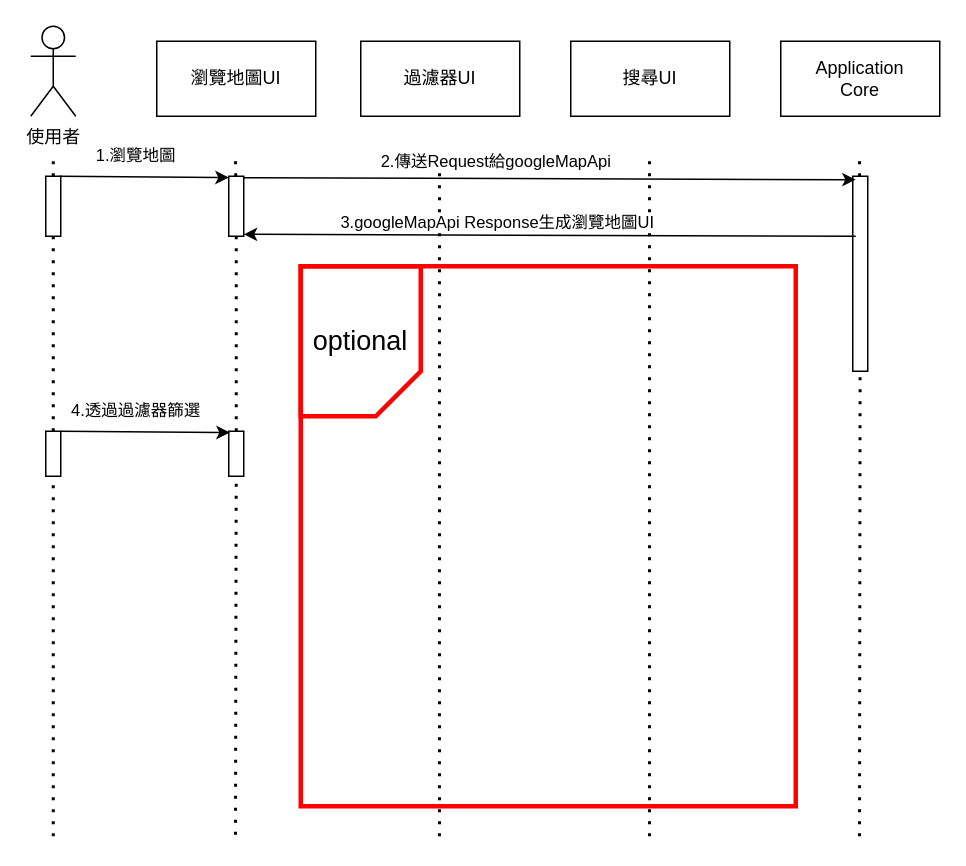
Before: UI圖.drawio in sanchongdragon/DrawIOTest, a draw.io diagram. Source tidied: cells renumbered, new cells numbered last; positions are measured from the earlier drawing's top-left corner, leaving out a move shared by most shapes. Both pictures are drawn from the tidied source at 150%, with x=0, y=0 at pixel (30, 26).
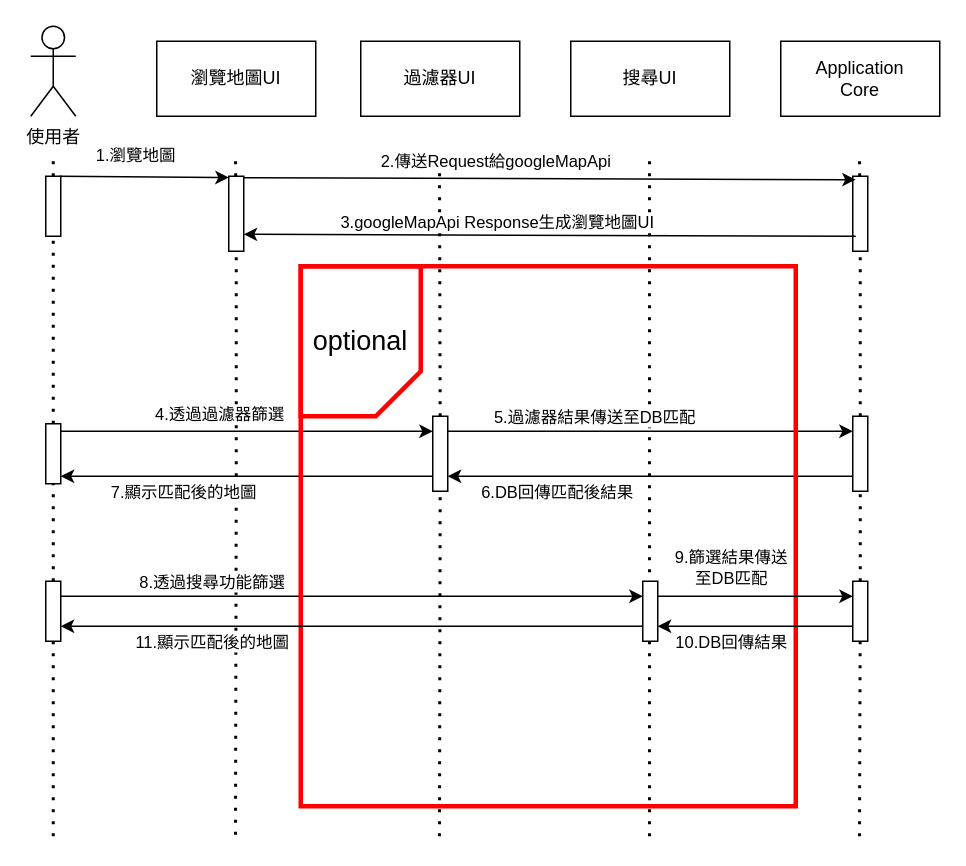
After the change.

Diff of the diagram source:
```diff
@@
-    <mxCell id="2" style="verticalLabelPosition=bottom;verticalAlign=top;html=1;shape=mxgraph.basic.rect;fillColor2=none;strokeWidth=1;size=20;indent=5;" parent="1" vertex="1">
-      <mxGeometry x="132" y="270" width="10" height="30" as="geometry" />
-    </mxCell>
@@
-    <mxCell id="10" style="endArrow=none;dashed=1;html=1;dashPattern=1 3;strokeWidth=2;" parent="1" edge="1">
+    <mxCell id="10" style="endArrow=none;dashed=1;html=1;dashPattern=1 3;strokeWidth=2;" parent="1" edge="1" source="36">
       <mxGeometry relative="1" as="geometry">
-        <mxPoint x="272.5" y="540" as="sourcePoint" />
         <mxPoint x="272.5" y="90" as="targetPoint" />
       </mxGeometry>
     </mxCell>
@@
     <mxCell id="15" style="verticalLabelPosition=bottom;verticalAlign=top;html=1;shape=mxgraph.basic.rect;fillColor2=none;strokeWidth=1;size=20;indent=5;" parent="1" vertex="1">
-      <mxGeometry x="132" y="100" width="10" height="40" as="geometry" />
+      <mxGeometry x="132" y="100" width="10" height="50" as="geometry" />
     </mxCell>
-    <mxCell id="16" style="endArrow=none;dashed=1;html=1;dashPattern=1 3;strokeWidth=2;" parent="1" edge="1" source="2" target="15">
-      <mxGeometry relative="1" as="geometry" />
+    <mxCell id="16" style="endArrow=none;dashed=1;html=1;dashPattern=1 3;strokeWidth=2;" parent="1" edge="1" target="15">
+      <mxGeometry relative="1" as="geometry">
+        <mxPoint x="137" y="300" as="sourcePoint" />
+      </mxGeometry>
     </mxCell>
@@
     <mxCell id="19" style="verticalLabelPosition=bottom;verticalAlign=top;html=1;shape=mxgraph.basic.rect;fillColor2=none;strokeWidth=1;size=20;indent=5;" parent="1" vertex="1">
-      <mxGeometry x="548" y="100" width="10" height="130" as="geometry" />
+      <mxGeometry x="548" y="100" width="10" height="50" as="geometry" />
     </mxCell>
-    <mxCell id="20" style="endArrow=none;dashed=1;html=1;dashPattern=1 3;strokeWidth=2;" parent="1" edge="1" target="19">
-      <mxGeometry relative="1" as="geometry">
-        <mxPoint x="552.5" y="540" as="sourcePoint" />
-      </mxGeometry>
+    <mxCell id="20" style="endArrow=none;dashed=1;html=1;dashPattern=1 3;strokeWidth=2;" parent="1" edge="1" source="40" target="19">
+      <mxGeometry relative="1" as="geometry" />
     </mxCell>
@@
-    <mxCell id="25" style="rounded=0;whiteSpace=wrap;html=1;fillColor=none;strokeWidth=3;strokeColor=#FF0000;" parent="1" vertex="1">
-      <mxGeometry x="180" y="160" width="330" height="360" as="geometry" />
-    </mxCell>
-    <mxCell id="26" value="&lt;font style=&quot;font-size: 18px&quot;&gt;optional&lt;/font&gt;" style="shape=card;whiteSpace=wrap;html=1;strokeColor=#FF0000;strokeWidth=3;fillColor=none;direction=west;" parent="1" vertex="1">
-      <mxGeometry x="180" y="160" width="80" height="100" as="geometry" />
-    </mxCell>
     <mxCell id="27" style="verticalLabelPosition=bottom;verticalAlign=top;html=1;shape=mxgraph.basic.rect;fillColor2=none;strokeWidth=1;size=20;indent=5;" parent="1" vertex="1">
-      <mxGeometry x="10" y="270" width="10" height="30" as="geometry" />
+      <mxGeometry x="10" y="265" width="10" height="40" as="geometry" />
     </mxCell>
-    <mxCell id="28" style="endArrow=none;dashed=1;html=1;dashPattern=1 3;strokeWidth=2;" parent="1" edge="1" target="27">
-      <mxGeometry relative="1" as="geometry">
-        <mxPoint x="15" y="540" as="sourcePoint" />
-      </mxGeometry>
+    <mxCell id="28" style="endArrow=none;dashed=1;html=1;dashPattern=1 3;strokeWidth=2;" parent="1" edge="1" source="44" target="27">
+      <mxGeometry relative="1" as="geometry" />
     </mxCell>
     <mxCell id="29" style="endArrow=classic;html=1;entryX=0;entryY=0.047;entryDx=0;entryDy=0;entryPerimeter=0;exitX=0.933;exitY=0.025;exitDx=0;exitDy=0;exitPerimeter=0;" parent="1" edge="1">
       <mxGeometry relative="1" as="geometry">
         <mxPoint x="20" y="270" as="sourcePoint" />
-        <mxPoint x="132.7" y="270.9" as="targetPoint" />
+        <mxPoint x="268" y="270" as="targetPoint" />
       </mxGeometry>
     </mxCell>
     <mxCell id="30" value="4.透過過濾器篩選" style="edgeLabel;html=1;align=center;verticalAlign=middle;" parent="29" vertex="1">
       <mxGeometry x="0.35" y="1" relative="1" as="geometry">
-        <mxPoint x="-26.3" y="-14.2" as="offset" />
+        <mxPoint x="-61.3" y="-10.2" as="offset" />
       </mxGeometry>
     </mxCell>
-    <mxCell id="31" style="endArrow=none;dashed=1;html=1;dashPattern=1 3;strokeWidth=2;" parent="1" edge="1" target="2">
+    <mxCell id="31" style="endArrow=none;dashed=1;html=1;dashPattern=1 3;strokeWidth=2;" parent="1" edge="1">
       <mxGeometry relative="1" as="geometry">
         <mxPoint x="136.5" y="539" as="sourcePoint" />
+        <mxPoint x="137" y="300" as="targetPoint" />
       </mxGeometry>
     </mxCell>
+    <mxCell id="32" style="edgeStyle=orthogonalEdgeStyle;rounded=0;jettySize=auto;html=1;" parent="1" edge="1" source="36" target="40">
+      <mxGeometry relative="1" as="geometry">
+        <Array as="points">
+          <mxPoint x="460" y="270" />
+          <mxPoint x="460" y="270" />
+        </Array>
+      </mxGeometry>
+    </mxCell>
+    <mxCell id="33" value="5.過濾器結果傳送至DB匹配" style="edgeLabel;html=1;align=center;verticalAlign=middle;" parent="32" vertex="1">
+      <mxGeometry x="0.38" y="2" relative="1" as="geometry">
+        <mxPoint x="-89" y="-8" as="offset" />
+      </mxGeometry>
+    </mxCell>
+    <mxCell id="34" style="edgeStyle=orthogonalEdgeStyle;rounded=0;jettySize=auto;html=1;" parent="1" edge="1" source="36" target="27">
+      <mxGeometry relative="1" as="geometry">
+        <Array as="points">
+          <mxPoint x="170" y="300" />
+          <mxPoint x="170" y="300" />
+        </Array>
+      </mxGeometry>
+    </mxCell>
+    <mxCell id="35" value="7.顯示匹配後的地圖" style="edgeLabel;html=1;align=center;verticalAlign=middle;" parent="34" vertex="1">
+      <mxGeometry x="-0.12" relative="1" as="geometry">
+        <mxPoint x="-58" y="10" as="offset" />
+      </mxGeometry>
+    </mxCell>
+    <mxCell id="36" style="verticalLabelPosition=bottom;verticalAlign=top;html=1;shape=mxgraph.basic.rect;fillColor2=none;strokeWidth=1;size=20;indent=5;" parent="1" vertex="1">
+      <mxGeometry x="268" y="260" width="10" height="50" as="geometry" />
+    </mxCell>
+    <mxCell id="37" style="endArrow=none;dashed=1;html=1;dashPattern=1 3;strokeWidth=2;" parent="1" edge="1" target="36">
+      <mxGeometry relative="1" as="geometry">
+        <mxPoint x="272.5" y="540" as="sourcePoint" />
+      </mxGeometry>
+    </mxCell>
+    <mxCell id="38" style="edgeStyle=orthogonalEdgeStyle;rounded=0;jettySize=auto;html=1;" parent="1" edge="1" source="40" target="36">
+      <mxGeometry relative="1" as="geometry">
+        <Array as="points">
+          <mxPoint x="460" y="300" />
+          <mxPoint x="460" y="300" />
+        </Array>
+      </mxGeometry>
+    </mxCell>
+    <mxCell id="39" value="6.DB回傳匹配後結果" style="edgeLabel;html=1;align=center;verticalAlign=middle;" parent="38" vertex="1">
+      <mxGeometry x="0.26" relative="1" as="geometry">
+        <mxPoint x="-28" y="10" as="offset" />
+      </mxGeometry>
+    </mxCell>
+    <mxCell id="40" style="verticalLabelPosition=bottom;verticalAlign=top;html=1;shape=mxgraph.basic.rect;fillColor2=none;strokeWidth=1;size=20;indent=5;" parent="1" vertex="1">
+      <mxGeometry x="548" y="260" width="10" height="50" as="geometry" />
+    </mxCell>
+    <mxCell id="41" style="endArrow=none;dashed=1;html=1;dashPattern=1 3;strokeWidth=2;" parent="1" edge="1" source="52" target="40">
+      <mxGeometry relative="1" as="geometry" />
+    </mxCell>
+    <mxCell id="42" style="edgeStyle=orthogonalEdgeStyle;rounded=0;jettySize=auto;html=1;" parent="1" edge="1" source="44" target="47">
+      <mxGeometry relative="1" as="geometry">
+        <Array as="points">
+          <mxPoint x="40" y="380" />
+          <mxPoint x="40" y="380" />
+        </Array>
+      </mxGeometry>
+    </mxCell>
+    <mxCell id="43" value="8.透過搜尋功能篩選" style="edgeLabel;html=1;align=center;verticalAlign=middle;" parent="42" vertex="1">
+      <mxGeometry x="-0.63" y="1" relative="1" as="geometry">
+        <mxPoint x="28.3" y="-9" as="offset" />
+      </mxGeometry>
+    </mxCell>
+    <mxCell id="44" style="verticalLabelPosition=bottom;verticalAlign=top;html=1;shape=mxgraph.basic.rect;fillColor2=none;strokeWidth=1;size=20;indent=5;" parent="1" vertex="1">
+      <mxGeometry x="10" y="370" width="10" height="40" as="geometry" />
+    </mxCell>
+    <mxCell id="45" style="endArrow=none;dashed=1;html=1;dashPattern=1 3;strokeWidth=2;" parent="1" edge="1" target="44">
+      <mxGeometry relative="1" as="geometry">
+        <mxPoint x="15" y="540" as="sourcePoint" />
+      </mxGeometry>
+    </mxCell>
+    <mxCell id="46" style="group;" parent="1" vertex="1">
+      <mxGeometry x="180" y="160" width="330" height="360" as="geometry" />
+    </mxCell>
+    <mxCell id="25" style="rounded=0;whiteSpace=wrap;html=1;fillColor=none;strokeWidth=3;strokeColor=#FF0000;" parent="46" vertex="1">
+      <mxGeometry width="330" height="360" as="geometry" />
+    </mxCell>
+    <mxCell id="26" value="&lt;font style=&quot;font-size: 18px&quot;&gt;optional&lt;/font&gt;" style="shape=card;whiteSpace=wrap;html=1;strokeColor=#FF0000;strokeWidth=3;fillColor=none;direction=west;" parent="46" vertex="1">
+      <mxGeometry width="80" height="100" as="geometry" />
+    </mxCell>
+    <mxCell id="47" style="verticalLabelPosition=bottom;verticalAlign=top;html=1;shape=mxgraph.basic.rect;fillColor2=none;strokeWidth=1;size=20;indent=5;" parent="46" vertex="1">
+      <mxGeometry x="228" y="210" width="10" height="40" as="geometry" />
+    </mxCell>
+    <mxCell id="48" style="edgeStyle=orthogonalEdgeStyle;rounded=0;jettySize=auto;html=1;" parent="1" edge="1" source="47" target="52">
+      <mxGeometry relative="1" as="geometry">
+        <Array as="points">
+          <mxPoint x="500" y="380" />
+          <mxPoint x="500" y="380" />
+        </Array>
+      </mxGeometry>
+    </mxCell>
+    <mxCell id="49" value="9.篩選結果傳送&lt;br&gt;至DB匹配" style="edgeLabel;html=1;align=center;verticalAlign=middle;" parent="48" vertex="1">
+      <mxGeometry x="-0.25" y="2" relative="1" as="geometry">
+        <mxPoint x="-0.3" y="-18" as="offset" />
+      </mxGeometry>
+    </mxCell>
+    <mxCell id="50" style="edgeStyle=orthogonalEdgeStyle;rounded=0;jettySize=auto;html=1;" parent="1" edge="1" source="52" target="47">
+      <mxGeometry relative="1" as="geometry">
+        <Array as="points">
+          <mxPoint x="500" y="400" />
+          <mxPoint x="500" y="400" />
+        </Array>
+      </mxGeometry>
+    </mxCell>
+    <mxCell id="51" value="10.DB回傳結果" style="edgeLabel;html=1;align=center;verticalAlign=middle;" parent="50" vertex="1">
+      <mxGeometry x="-0.19" y="-2" relative="1" as="geometry">
+        <mxPoint x="-28.7" y="12" as="offset" />
+      </mxGeometry>
+    </mxCell>
+    <mxCell id="52" style="verticalLabelPosition=bottom;verticalAlign=top;html=1;shape=mxgraph.basic.rect;fillColor2=none;strokeWidth=1;size=20;indent=5;" parent="1" vertex="1">
+      <mxGeometry x="548" y="370" width="10" height="40" as="geometry" />
+    </mxCell>
+    <mxCell id="53" style="endArrow=none;dashed=1;html=1;dashPattern=1 3;strokeWidth=2;" parent="1" edge="1" target="52">
+      <mxGeometry relative="1" as="geometry">
+        <mxPoint x="552.5" y="540" as="sourcePoint" />
+      </mxGeometry>
+    </mxCell>
+    <mxCell id="54" style="edgeStyle=orthogonalEdgeStyle;rounded=0;jettySize=auto;html=1;" parent="1" edge="1" source="47" target="44">
+      <mxGeometry relative="1" as="geometry">
+        <Array as="points">
+          <mxPoint x="350" y="400" />
+          <mxPoint x="350" y="400" />
+        </Array>
+      </mxGeometry>
+    </mxCell>
+    <mxCell id="55" value="11.顯示匹配後的地圖" style="edgeLabel;html=1;align=center;verticalAlign=middle;" parent="54" vertex="1">
+      <mxGeometry x="-0.69" relative="1" as="geometry">
+        <mxPoint x="-228" y="10" as="offset" />
+      </mxGeometry>
+    </mxCell>
```
